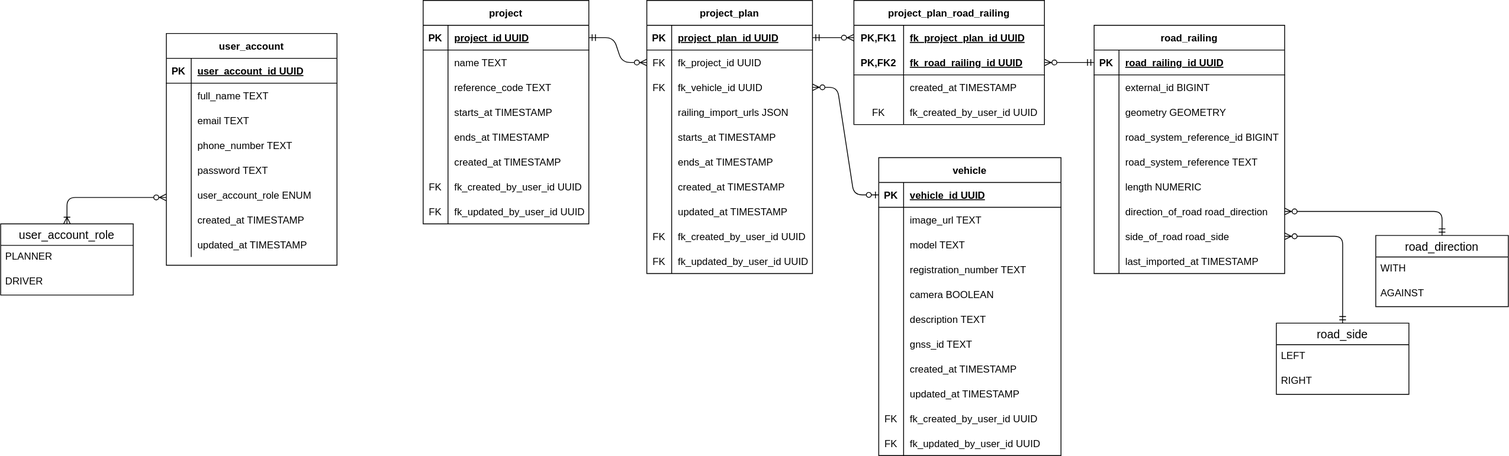
triosnok/isi-planning-tool keeps this draw.io diagram as docs/diagrams/erdiagram.drawio.svg. Above is the earlier version. Source tidied: cells renumbered, new cells last; positions are measured from the earlier drawing's top-left corner, leaving out a move shared by most shapes.
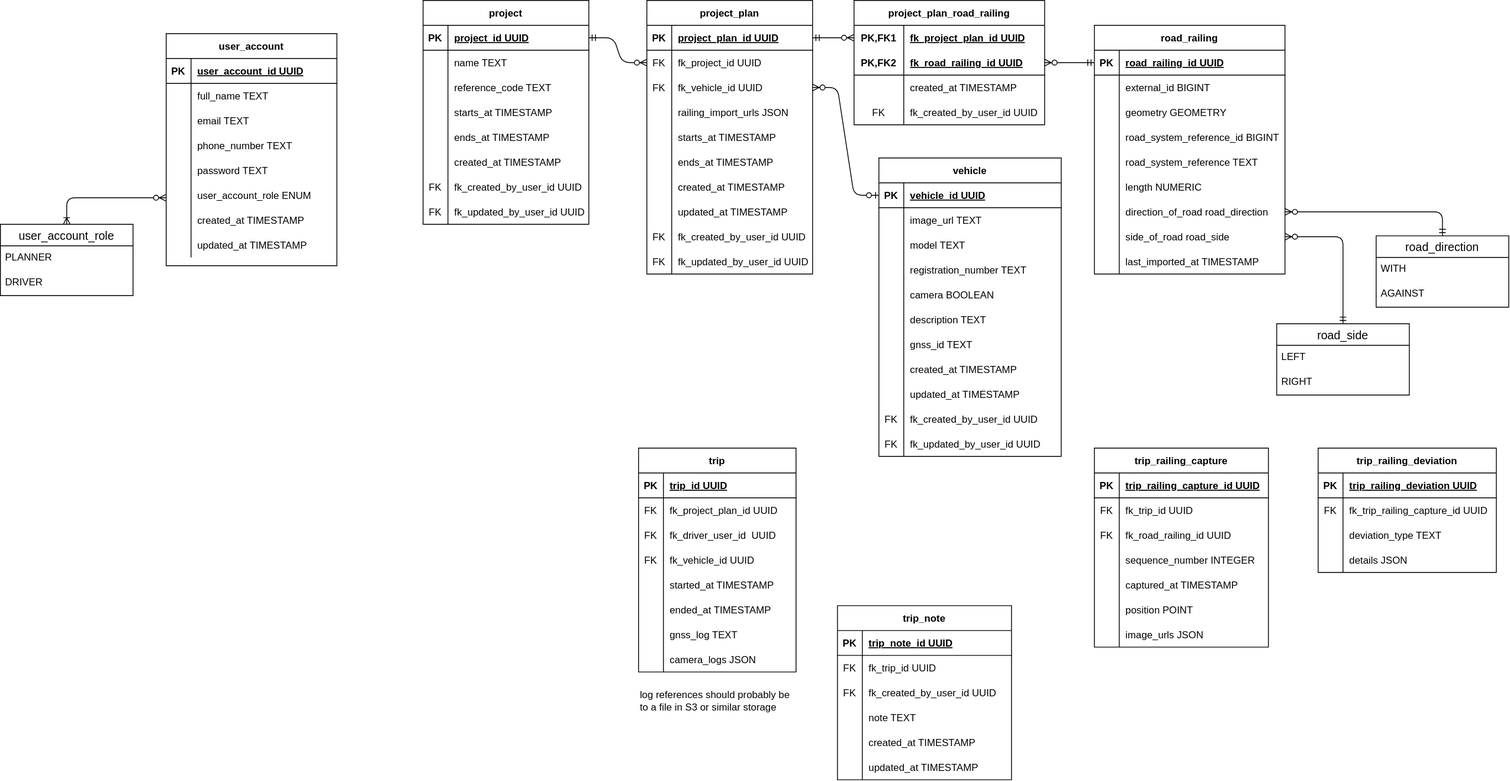
Later version of the same file.

Commit message:
docs: add draft trip related entities

The edit, as a diff of the source:
```diff
@@ -523,5 +523,245 @@
     <mxCell id="173" style="edgeStyle=entityRelationEdgeStyle;fontSize=12;html=1;endArrow=ERzeroToMany;startArrow=ERzeroToOne;exitX=0;exitY=0.5;exitDx=0;exitDy=0;entryX=1;entryY=0.5;entryDx=0;entryDy=0;" parent="1" edge="1" source="140" target="63">
       <mxGeometry relative="1" as="geometry" />
     </mxCell>
+    <mxCell id="174" value="trip" style="shape=table;startSize=30;rowLines=0;fontStyle=1;align=center;" parent="1" vertex="1">
+      <mxGeometry x="770" y="540" width="190" height="270" as="geometry" />
+    </mxCell>
+    <mxCell id="175" style="shape=tableRow;horizontal=0;startSize=0;swimlaneHead=0;swimlaneBody=0;fillColor=none;top=0;left=0;right=0;bottom=1;" parent="174" vertex="1">
+      <mxGeometry y="30" width="190" height="30" as="geometry" />
+    </mxCell>
+    <mxCell id="176" value="PK" style="shape=partialRectangle;fillColor=none;top=0;left=0;bottom=0;right=0;fontStyle=1;overflow=hidden;" parent="175" vertex="1">
+      <mxGeometry width="30" height="30" as="geometry" />
+    </mxCell>
+    <mxCell id="177" value="trip_id UUID" style="shape=partialRectangle;fillColor=none;top=0;left=0;bottom=0;right=0;align=left;spacingLeft=6;fontStyle=5;overflow=hidden;" parent="175" vertex="1">
+      <mxGeometry x="30" width="160" height="30" as="geometry" />
+    </mxCell>
+    <mxCell id="178" style="shape=tableRow;horizontal=0;startSize=0;swimlaneHead=0;swimlaneBody=0;fillColor=none;top=0;left=0;right=0;bottom=0;" parent="174" vertex="1">
+      <mxGeometry y="60" width="190" height="30" as="geometry" />
+    </mxCell>
+    <mxCell id="179" value="FK" style="shape=partialRectangle;fillColor=none;top=0;left=0;bottom=0;right=0;fontStyle=0;overflow=hidden;" parent="178" vertex="1">
+      <mxGeometry width="30" height="30" as="geometry" />
+    </mxCell>
+    <mxCell id="180" value="fk_project_plan_id UUID" style="shape=partialRectangle;fillColor=none;top=0;left=0;bottom=0;right=0;align=left;spacingLeft=6;fontStyle=0;overflow=hidden;" parent="178" vertex="1">
+      <mxGeometry x="30" width="160" height="30" as="geometry" />
+    </mxCell>
+    <mxCell id="181" style="shape=tableRow;horizontal=0;startSize=0;swimlaneHead=0;swimlaneBody=0;fillColor=none;top=0;left=0;right=0;bottom=0;" parent="174" vertex="1">
+      <mxGeometry y="90" width="190" height="30" as="geometry" />
+    </mxCell>
+    <mxCell id="182" value="FK" style="shape=partialRectangle;fillColor=none;top=0;left=0;bottom=0;right=0;fontStyle=0;overflow=hidden;" parent="181" vertex="1">
+      <mxGeometry width="30" height="30" as="geometry" />
+    </mxCell>
+    <mxCell id="183" value="fk_driver_user_id  UUID" style="shape=partialRectangle;fillColor=none;top=0;left=0;bottom=0;right=0;align=left;spacingLeft=6;fontStyle=0;overflow=hidden;" parent="181" vertex="1">
+      <mxGeometry x="30" width="160" height="30" as="geometry" />
+    </mxCell>
+    <mxCell id="184" style="shape=tableRow;horizontal=0;startSize=0;swimlaneHead=0;swimlaneBody=0;fillColor=none;top=0;left=0;right=0;bottom=0;" parent="174" vertex="1">
+      <mxGeometry y="120" width="190" height="30" as="geometry" />
+    </mxCell>
+    <mxCell id="185" value="FK" style="shape=partialRectangle;fillColor=none;top=0;left=0;bottom=0;right=0;fontStyle=0;overflow=hidden;" parent="184" vertex="1">
+      <mxGeometry width="30" height="30" as="geometry" />
+    </mxCell>
+    <mxCell id="186" value="fk_vehicle_id UUID" style="shape=partialRectangle;fillColor=none;top=0;left=0;bottom=0;right=0;align=left;spacingLeft=6;fontStyle=0;overflow=hidden;" parent="184" vertex="1">
+      <mxGeometry x="30" width="160" height="30" as="geometry" />
+    </mxCell>
+    <mxCell id="187" style="shape=tableRow;horizontal=0;startSize=0;swimlaneHead=0;swimlaneBody=0;fillColor=none;top=0;left=0;right=0;bottom=0;" parent="174" vertex="1">
+      <mxGeometry y="150" width="190" height="30" as="geometry" />
+    </mxCell>
+    <mxCell id="188" style="shape=partialRectangle;fillColor=none;top=0;left=0;bottom=0;right=0;overflow=hidden;" parent="187" vertex="1">
+      <mxGeometry width="30" height="30" as="geometry" />
+    </mxCell>
+    <mxCell id="189" value="started_at TIMESTAMP" style="shape=partialRectangle;fillColor=none;top=0;left=0;bottom=0;right=0;align=left;spacingLeft=6;overflow=hidden;" parent="187" vertex="1">
+      <mxGeometry x="30" width="160" height="30" as="geometry" />
+    </mxCell>
+    <mxCell id="190" style="shape=tableRow;horizontal=0;startSize=0;swimlaneHead=0;swimlaneBody=0;fillColor=none;top=0;left=0;right=0;bottom=0;" parent="174" vertex="1">
+      <mxGeometry y="180" width="190" height="30" as="geometry" />
+    </mxCell>
+    <mxCell id="191" style="shape=partialRectangle;fillColor=none;top=0;left=0;bottom=0;right=0;overflow=hidden;" parent="190" vertex="1">
+      <mxGeometry width="30" height="30" as="geometry" />
+    </mxCell>
+    <mxCell id="192" value="ended_at TIMESTAMP" style="shape=partialRectangle;fillColor=none;top=0;left=0;bottom=0;right=0;align=left;spacingLeft=6;overflow=hidden;" parent="190" vertex="1">
+      <mxGeometry x="30" width="160" height="30" as="geometry" />
+    </mxCell>
+    <mxCell id="193" style="shape=tableRow;horizontal=0;startSize=0;swimlaneHead=0;swimlaneBody=0;fillColor=none;top=0;left=0;right=0;bottom=0;" parent="174" vertex="1">
+      <mxGeometry y="210" width="190" height="30" as="geometry" />
+    </mxCell>
+    <mxCell id="194" style="shape=partialRectangle;fillColor=none;top=0;left=0;bottom=0;right=0;overflow=hidden;" parent="193" vertex="1">
+      <mxGeometry width="30" height="30" as="geometry" />
+    </mxCell>
+    <mxCell id="195" value="gnss_log TEXT" style="shape=partialRectangle;fillColor=none;top=0;left=0;bottom=0;right=0;align=left;spacingLeft=6;overflow=hidden;" parent="193" vertex="1">
+      <mxGeometry x="30" width="160" height="30" as="geometry" />
+    </mxCell>
+    <mxCell id="196" style="shape=tableRow;horizontal=0;startSize=0;swimlaneHead=0;swimlaneBody=0;fillColor=none;top=0;left=0;right=0;bottom=0;" parent="174" vertex="1">
+      <mxGeometry y="240" width="190" height="30" as="geometry" />
+    </mxCell>
+    <mxCell id="197" style="shape=partialRectangle;fillColor=none;top=0;left=0;bottom=0;right=0;overflow=hidden;" parent="196" vertex="1">
+      <mxGeometry width="30" height="30" as="geometry" />
+    </mxCell>
+    <mxCell id="198" value="camera_logs JSON" style="shape=partialRectangle;fillColor=none;top=0;left=0;bottom=0;right=0;align=left;spacingLeft=6;overflow=hidden;" parent="196" vertex="1">
+      <mxGeometry x="30" width="160" height="30" as="geometry" />
+    </mxCell>
+    <mxCell id="199" value="trip_note" style="shape=table;startSize=30;rowLines=0;fontStyle=1;align=center;" parent="1" vertex="1">
+      <mxGeometry x="1010" y="730" width="210" height="210" as="geometry" />
+    </mxCell>
+    <mxCell id="200" style="shape=tableRow;horizontal=0;startSize=0;swimlaneHead=0;swimlaneBody=0;fillColor=none;top=0;left=0;right=0;bottom=1;" parent="199" vertex="1">
+      <mxGeometry y="30" width="210" height="30" as="geometry" />
+    </mxCell>
+    <mxCell id="201" value="PK" style="shape=partialRectangle;fillColor=none;top=0;left=0;bottom=0;right=0;fontStyle=1;overflow=hidden;" parent="200" vertex="1">
+      <mxGeometry width="30" height="30" as="geometry" />
+    </mxCell>
+    <mxCell id="202" value="trip_note_id UUID" style="shape=partialRectangle;fillColor=none;top=0;left=0;bottom=0;right=0;align=left;spacingLeft=6;fontStyle=5;overflow=hidden;" parent="200" vertex="1">
+      <mxGeometry x="30" width="180" height="30" as="geometry" />
+    </mxCell>
+    <mxCell id="203" style="shape=tableRow;horizontal=0;startSize=0;swimlaneHead=0;swimlaneBody=0;fillColor=none;top=0;left=0;right=0;bottom=0;" parent="199" vertex="1">
+      <mxGeometry y="60" width="210" height="30" as="geometry" />
+    </mxCell>
+    <mxCell id="204" value="FK" style="shape=partialRectangle;fillColor=none;top=0;left=0;bottom=0;right=0;fontStyle=0;overflow=hidden;" parent="203" vertex="1">
+      <mxGeometry width="30" height="30" as="geometry" />
+    </mxCell>
+    <mxCell id="205" value="fk_trip_id UUID" style="shape=partialRectangle;fillColor=none;top=0;left=0;bottom=0;right=0;align=left;spacingLeft=6;fontStyle=0;overflow=hidden;" parent="203" vertex="1">
+      <mxGeometry x="30" width="180" height="30" as="geometry" />
+    </mxCell>
+    <mxCell id="206" style="shape=tableRow;horizontal=0;startSize=0;swimlaneHead=0;swimlaneBody=0;fillColor=none;top=0;left=0;right=0;bottom=0;" parent="199" vertex="1">
+      <mxGeometry y="90" width="210" height="30" as="geometry" />
+    </mxCell>
+    <mxCell id="207" value="FK" style="shape=partialRectangle;fillColor=none;top=0;left=0;bottom=0;right=0;fontStyle=0;overflow=hidden;" parent="206" vertex="1">
+      <mxGeometry width="30" height="30" as="geometry" />
+    </mxCell>
+    <mxCell id="208" value="fk_created_by_user_id UUID" style="shape=partialRectangle;fillColor=none;top=0;left=0;bottom=0;right=0;align=left;spacingLeft=6;fontStyle=0;overflow=hidden;" parent="206" vertex="1">
+      <mxGeometry x="30" width="180" height="30" as="geometry" />
+    </mxCell>
+    <mxCell id="209" style="shape=tableRow;horizontal=0;startSize=0;swimlaneHead=0;swimlaneBody=0;fillColor=none;top=0;left=0;right=0;bottom=0;" parent="199" vertex="1">
+      <mxGeometry y="120" width="210" height="30" as="geometry" />
+    </mxCell>
+    <mxCell id="210" style="shape=partialRectangle;fillColor=none;top=0;left=0;bottom=0;right=0;overflow=hidden;" parent="209" vertex="1">
+      <mxGeometry width="30" height="30" as="geometry" />
+    </mxCell>
+    <mxCell id="211" value="note TEXT" style="shape=partialRectangle;fillColor=none;top=0;left=0;bottom=0;right=0;align=left;spacingLeft=6;overflow=hidden;" parent="209" vertex="1">
+      <mxGeometry x="30" width="180" height="30" as="geometry" />
+    </mxCell>
+    <mxCell id="212" style="shape=tableRow;horizontal=0;startSize=0;swimlaneHead=0;swimlaneBody=0;fillColor=none;top=0;left=0;right=0;bottom=0;" parent="199" vertex="1">
+      <mxGeometry y="150" width="210" height="30" as="geometry" />
+    </mxCell>
+    <mxCell id="213" style="shape=partialRectangle;fillColor=none;top=0;left=0;bottom=0;right=0;overflow=hidden;" parent="212" vertex="1">
+      <mxGeometry width="30" height="30" as="geometry" />
+    </mxCell>
+    <mxCell id="214" value="created_at TIMESTAMP" style="shape=partialRectangle;fillColor=none;top=0;left=0;bottom=0;right=0;align=left;spacingLeft=6;overflow=hidden;" parent="212" vertex="1">
+      <mxGeometry x="30" width="180" height="30" as="geometry" />
+    </mxCell>
+    <mxCell id="215" style="shape=tableRow;horizontal=0;startSize=0;swimlaneHead=0;swimlaneBody=0;fillColor=none;top=0;left=0;right=0;bottom=0;" parent="199" vertex="1">
+      <mxGeometry y="180" width="210" height="30" as="geometry" />
+    </mxCell>
+    <mxCell id="216" style="shape=partialRectangle;fillColor=none;top=0;left=0;bottom=0;right=0;overflow=hidden;" parent="215" vertex="1">
+      <mxGeometry width="30" height="30" as="geometry" />
+    </mxCell>
+    <mxCell id="217" value="updated_at TIMESTAMP" style="shape=partialRectangle;fillColor=none;top=0;left=0;bottom=0;right=0;align=left;spacingLeft=6;overflow=hidden;" parent="215" vertex="1">
+      <mxGeometry x="30" width="180" height="30" as="geometry" />
+    </mxCell>
+    <mxCell id="218" value="trip_railing_capture" style="shape=table;startSize=30;rowLines=0;fontStyle=1;align=center;" parent="1" vertex="1">
+      <mxGeometry x="1320" y="540" width="210" height="240" as="geometry" />
+    </mxCell>
+    <mxCell id="219" style="shape=tableRow;horizontal=0;startSize=0;swimlaneHead=0;swimlaneBody=0;fillColor=none;top=0;left=0;right=0;bottom=1;" parent="218" vertex="1">
+      <mxGeometry y="30" width="210" height="30" as="geometry" />
+    </mxCell>
+    <mxCell id="220" value="PK" style="shape=partialRectangle;fillColor=none;top=0;left=0;bottom=0;right=0;fontStyle=1;overflow=hidden;" parent="219" vertex="1">
+      <mxGeometry width="30" height="30" as="geometry" />
+    </mxCell>
+    <mxCell id="221" value="trip_railing_capture_id UUID" style="shape=partialRectangle;fillColor=none;top=0;left=0;bottom=0;right=0;align=left;spacingLeft=6;fontStyle=5;overflow=hidden;" parent="219" vertex="1">
+      <mxGeometry x="30" width="180" height="30" as="geometry" />
+    </mxCell>
+    <mxCell id="222" style="shape=tableRow;horizontal=0;startSize=0;swimlaneHead=0;swimlaneBody=0;fillColor=none;top=0;left=0;right=0;bottom=0;" parent="218" vertex="1">
+      <mxGeometry y="60" width="210" height="30" as="geometry" />
+    </mxCell>
+    <mxCell id="223" value="FK" style="shape=partialRectangle;fillColor=none;top=0;left=0;bottom=0;right=0;fontStyle=0;overflow=hidden;" parent="222" vertex="1">
+      <mxGeometry width="30" height="30" as="geometry" />
+    </mxCell>
+    <mxCell id="224" value="fk_trip_id UUID" style="shape=partialRectangle;fillColor=none;top=0;left=0;bottom=0;right=0;align=left;spacingLeft=6;fontStyle=0;overflow=hidden;" parent="222" vertex="1">
+      <mxGeometry x="30" width="180" height="30" as="geometry" />
+    </mxCell>
+    <mxCell id="225" style="shape=tableRow;horizontal=0;startSize=0;swimlaneHead=0;swimlaneBody=0;fillColor=none;top=0;left=0;right=0;bottom=0;" parent="218" vertex="1">
+      <mxGeometry y="90" width="210" height="30" as="geometry" />
+    </mxCell>
+    <mxCell id="226" value="FK" style="shape=partialRectangle;fillColor=none;top=0;left=0;bottom=0;right=0;fontStyle=0;overflow=hidden;" parent="225" vertex="1">
+      <mxGeometry width="30" height="30" as="geometry" />
+    </mxCell>
+    <mxCell id="227" value="fk_road_railing_id UUID" style="shape=partialRectangle;fillColor=none;top=0;left=0;bottom=0;right=0;align=left;spacingLeft=6;fontStyle=0;overflow=hidden;" parent="225" vertex="1">
+      <mxGeometry x="30" width="180" height="30" as="geometry" />
+    </mxCell>
+    <mxCell id="228" style="shape=tableRow;horizontal=0;startSize=0;swimlaneHead=0;swimlaneBody=0;fillColor=none;top=0;left=0;right=0;bottom=0;" parent="218" vertex="1">
+      <mxGeometry y="120" width="210" height="30" as="geometry" />
+    </mxCell>
+    <mxCell id="229" style="shape=partialRectangle;fillColor=none;top=0;left=0;bottom=0;right=0;overflow=hidden;" parent="228" vertex="1">
+      <mxGeometry width="30" height="30" as="geometry" />
+    </mxCell>
+    <mxCell id="230" value="sequence_number INTEGER" style="shape=partialRectangle;fillColor=none;top=0;left=0;bottom=0;right=0;align=left;spacingLeft=6;overflow=hidden;" parent="228" vertex="1">
+      <mxGeometry x="30" width="180" height="30" as="geometry" />
+    </mxCell>
+    <mxCell id="231" style="shape=tableRow;horizontal=0;startSize=0;swimlaneHead=0;swimlaneBody=0;fillColor=none;top=0;left=0;right=0;bottom=0;" parent="218" vertex="1">
+      <mxGeometry y="150" width="210" height="30" as="geometry" />
+    </mxCell>
+    <mxCell id="232" style="shape=partialRectangle;fillColor=none;top=0;left=0;bottom=0;right=0;overflow=hidden;" parent="231" vertex="1">
+      <mxGeometry width="30" height="30" as="geometry" />
+    </mxCell>
+    <mxCell id="233" value="captured_at TIMESTAMP" style="shape=partialRectangle;fillColor=none;top=0;left=0;bottom=0;right=0;align=left;spacingLeft=6;overflow=hidden;" parent="231" vertex="1">
+      <mxGeometry x="30" width="180" height="30" as="geometry" />
+    </mxCell>
+    <mxCell id="234" style="shape=tableRow;horizontal=0;startSize=0;swimlaneHead=0;swimlaneBody=0;fillColor=none;top=0;left=0;right=0;bottom=0;" parent="218" vertex="1">
+      <mxGeometry y="180" width="210" height="30" as="geometry" />
+    </mxCell>
+    <mxCell id="235" style="shape=partialRectangle;fillColor=none;top=0;left=0;bottom=0;right=0;overflow=hidden;" parent="234" vertex="1">
+      <mxGeometry width="30" height="30" as="geometry" />
+    </mxCell>
+    <mxCell id="236" value="position POINT" style="shape=partialRectangle;fillColor=none;top=0;left=0;bottom=0;right=0;align=left;spacingLeft=6;overflow=hidden;" parent="234" vertex="1">
+      <mxGeometry x="30" width="180" height="30" as="geometry" />
+    </mxCell>
+    <mxCell id="237" style="shape=tableRow;horizontal=0;startSize=0;swimlaneHead=0;swimlaneBody=0;fillColor=none;top=0;left=0;right=0;bottom=0;" parent="218" vertex="1">
+      <mxGeometry y="210" width="210" height="30" as="geometry" />
+    </mxCell>
+    <mxCell id="238" style="shape=partialRectangle;fillColor=none;top=0;left=0;bottom=0;right=0;overflow=hidden;" parent="237" vertex="1">
+      <mxGeometry width="30" height="30" as="geometry" />
+    </mxCell>
+    <mxCell id="239" value="image_urls JSON" style="shape=partialRectangle;fillColor=none;top=0;left=0;bottom=0;right=0;align=left;spacingLeft=6;overflow=hidden;" parent="237" vertex="1">
+      <mxGeometry x="30" width="180" height="30" as="geometry" />
+    </mxCell>
+    <mxCell id="240" value="trip_railing_deviation" style="shape=table;startSize=30;rowLines=0;fontStyle=1;align=center;" parent="1" vertex="1">
+      <mxGeometry x="1590" y="540" width="215" height="150" as="geometry" />
+    </mxCell>
+    <mxCell id="241" style="shape=tableRow;horizontal=0;startSize=0;swimlaneHead=0;swimlaneBody=0;fillColor=none;top=0;left=0;right=0;bottom=1;" parent="240" vertex="1">
+      <mxGeometry y="30" width="215" height="30" as="geometry" />
+    </mxCell>
+    <mxCell id="242" value="PK" style="shape=partialRectangle;fillColor=none;top=0;left=0;bottom=0;right=0;fontStyle=1;overflow=hidden;" parent="241" vertex="1">
+      <mxGeometry width="30" height="30" as="geometry" />
+    </mxCell>
+    <mxCell id="243" value="trip_railing_deviation UUID" style="shape=partialRectangle;fillColor=none;top=0;left=0;bottom=0;right=0;align=left;spacingLeft=6;fontStyle=5;overflow=hidden;" parent="241" vertex="1">
+      <mxGeometry x="30" width="185" height="30" as="geometry" />
+    </mxCell>
+    <mxCell id="244" style="shape=tableRow;horizontal=0;startSize=0;swimlaneHead=0;swimlaneBody=0;fillColor=none;top=0;left=0;right=0;bottom=0;" parent="240" vertex="1">
+      <mxGeometry y="60" width="215" height="30" as="geometry" />
+    </mxCell>
+    <mxCell id="245" value="FK" style="shape=partialRectangle;fillColor=none;top=0;left=0;bottom=0;right=0;fontStyle=0;overflow=hidden;" parent="244" vertex="1">
+      <mxGeometry width="30" height="30" as="geometry" />
+    </mxCell>
+    <mxCell id="246" value="fk_trip_railing_capture_id UUID" style="shape=partialRectangle;fillColor=none;top=0;left=0;bottom=0;right=0;align=left;spacingLeft=6;fontStyle=0;overflow=hidden;" parent="244" vertex="1">
+      <mxGeometry x="30" width="185" height="30" as="geometry" />
+    </mxCell>
+    <mxCell id="247" style="shape=tableRow;horizontal=0;startSize=0;swimlaneHead=0;swimlaneBody=0;fillColor=none;top=0;left=0;right=0;bottom=0;" parent="240" vertex="1">
+      <mxGeometry y="90" width="215" height="30" as="geometry" />
+    </mxCell>
+    <mxCell id="248" style="shape=partialRectangle;fillColor=none;top=0;left=0;bottom=0;right=0;overflow=hidden;" parent="247" vertex="1">
+      <mxGeometry width="30" height="30" as="geometry" />
+    </mxCell>
+    <mxCell id="249" value="deviation_type TEXT" style="shape=partialRectangle;fillColor=none;top=0;left=0;bottom=0;right=0;align=left;spacingLeft=6;overflow=hidden;" parent="247" vertex="1">
+      <mxGeometry x="30" width="185" height="30" as="geometry" />
+    </mxCell>
+    <mxCell id="250" style="shape=tableRow;horizontal=0;startSize=0;swimlaneHead=0;swimlaneBody=0;fillColor=none;top=0;left=0;right=0;bottom=0;" parent="240" vertex="1">
+      <mxGeometry y="120" width="215" height="30" as="geometry" />
+    </mxCell>
+    <mxCell id="251" style="shape=partialRectangle;fillColor=none;top=0;left=0;bottom=0;right=0;overflow=hidden;" parent="250" vertex="1">
+      <mxGeometry width="30" height="30" as="geometry" />
+    </mxCell>
+    <mxCell id="252" value="details JSON" style="shape=partialRectangle;fillColor=none;top=0;left=0;bottom=0;right=0;align=left;spacingLeft=6;overflow=hidden;" parent="250" vertex="1">
+      <mxGeometry x="30" width="185" height="30" as="geometry" />
+    </mxCell>
+    <mxCell id="253" value="log references should probably be to a file in S3 or similar storage" style="text;html=1;strokeColor=none;fillColor=none;align=left;verticalAlign=middle;whiteSpace=wrap;rounded=0;" parent="1" vertex="1">
+      <mxGeometry x="770" y="820" width="190" height="50" as="geometry" />
+    </mxCell>
   </root>
 </mxGraphModel>
```
